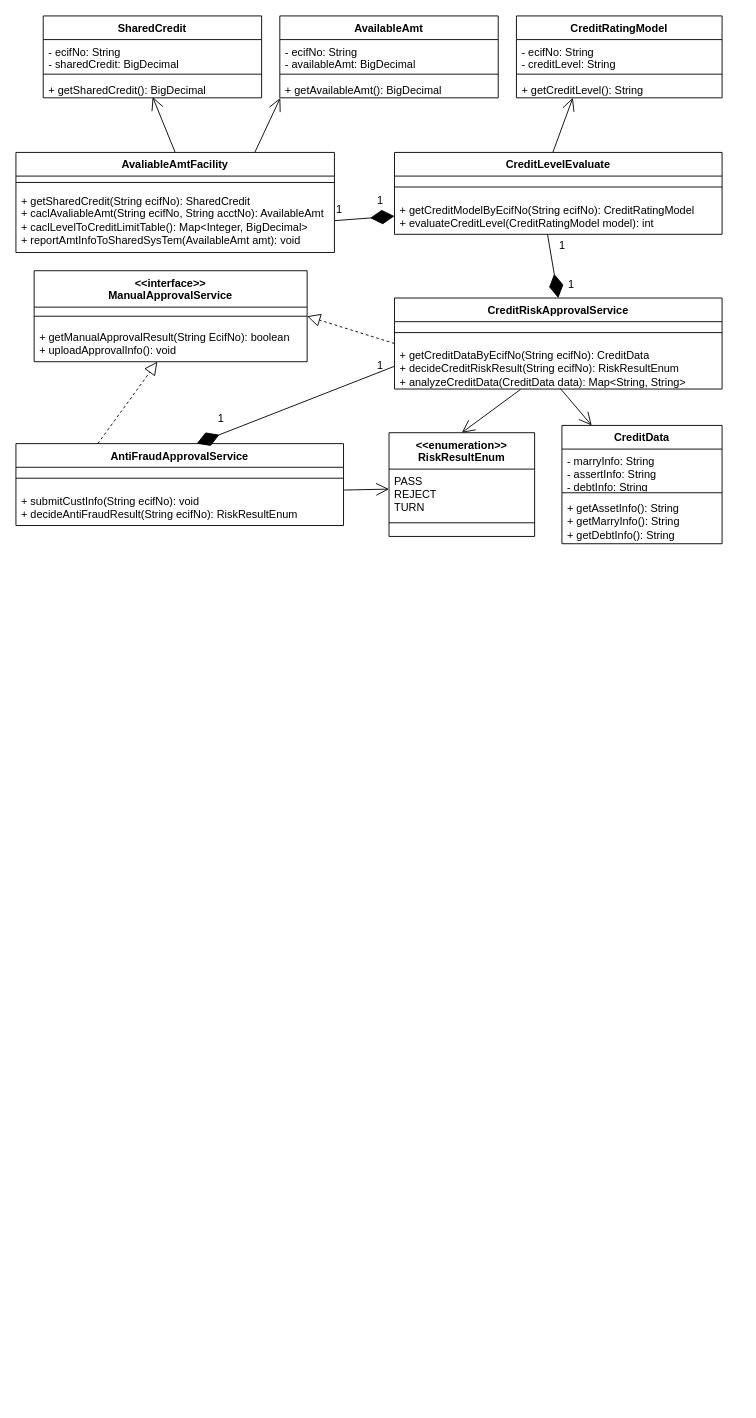
Earlier version of the draw.io diagram 授信额度审批-.drawio (wuxiao-web/graduationThesis). Source tidied: cells renumbered, new cells numbered last; positions are measured from the earlier drawing's top-left corner, leaving out a move shared by most shapes. Both pictures are drawn from the tidied source at 91%, with x=0, y=0 at pixel (15, 15).
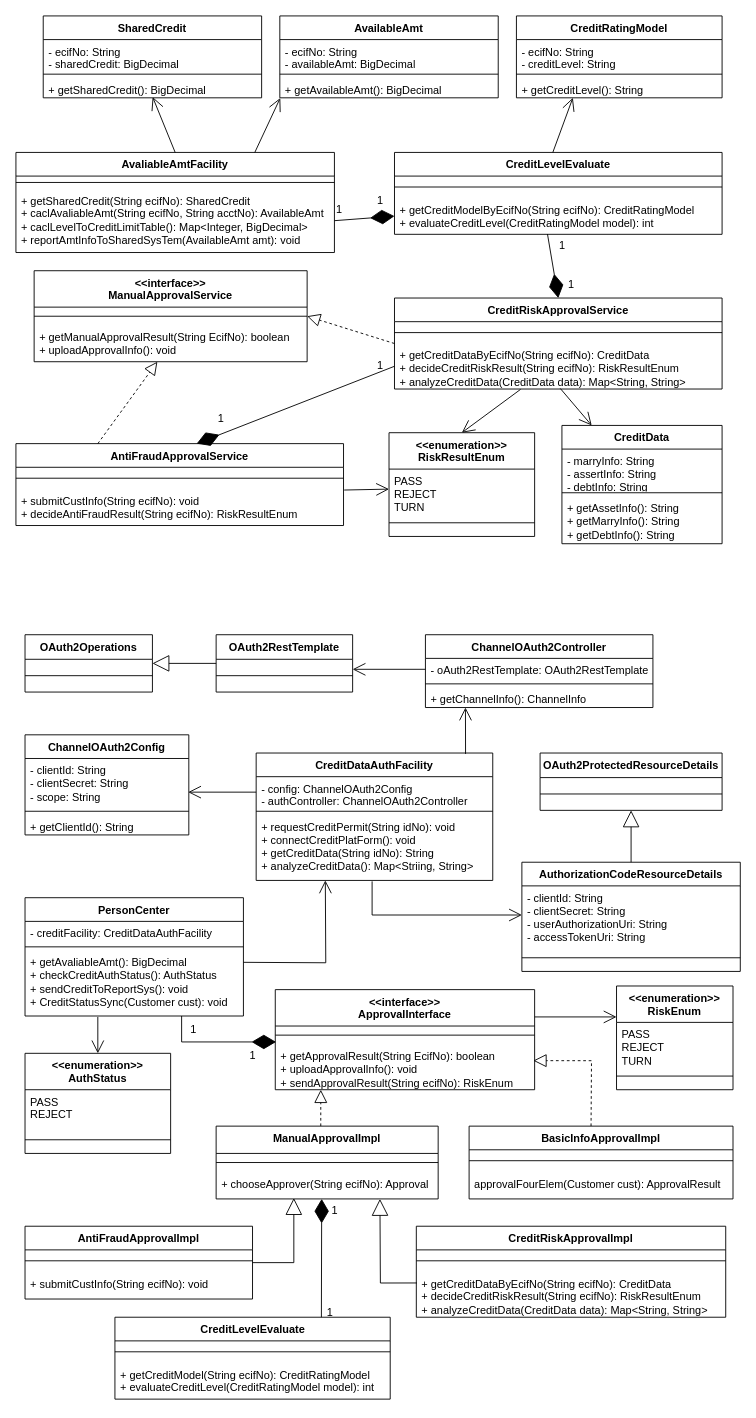
The same page after the edit.

Commit message (it also covers changes not shown here):
更新授信额度审批-.drawio

Diff of the diagram source:
```diff
@@
+    <mxCell id="53" value="OAuth2Operations" style="swimlane;fontStyle=1;align=center;verticalAlign=top;horizontal=1;startSize=27;whiteSpace=wrap;html=1;" parent="1" vertex="1">
+      <mxGeometry x="10" y="680" width="140" height="63" as="geometry" />
+    </mxCell>
+    <mxCell id="54" style="line;strokeWidth=1;fillColor=none;align=left;verticalAlign=middle;spacingTop=-1;spacingLeft=3;spacingRight=3;labelPosition=right;strokeColor=inherit;" parent="53" vertex="1">
+      <mxGeometry y="27" width="140" height="36" as="geometry" />
+    </mxCell>
+    <mxCell id="55" value="OAuth2RestTemplate" style="swimlane;fontStyle=1;align=center;verticalAlign=top;horizontal=1;startSize=27;whiteSpace=wrap;html=1;" parent="1" vertex="1">
+      <mxGeometry x="220" y="680" width="150" height="63" as="geometry" />
+    </mxCell>
+    <mxCell id="56" style="line;strokeWidth=1;fillColor=none;align=left;verticalAlign=middle;spacingTop=-1;spacingLeft=3;spacingRight=3;labelPosition=right;strokeColor=inherit;" parent="55" vertex="1">
+      <mxGeometry y="27" width="150" height="36" as="geometry" />
+    </mxCell>
+    <mxCell id="57" style="endArrow=block;endSize=16;endFill=0;html=1;rounded=0;entryX=1;entryY=0.5;entryDx=0;entryDy=0;exitX=0;exitY=0.5;exitDx=0;exitDy=0;" parent="1" edge="1" source="55" target="53">
+      <mxGeometry relative="1" as="geometry" />
+    </mxCell>
+    <mxCell id="58" value="ChannelOAuth2Controller" style="swimlane;fontStyle=1;align=center;verticalAlign=top;horizontal=1;startSize=26;whiteSpace=wrap;html=1;" parent="1" vertex="1">
+      <mxGeometry x="450" y="680" width="250" height="80" as="geometry" />
+    </mxCell>
+    <mxCell id="59" value="- oAuth2RestTemplate:&amp;nbsp;OAuth2RestTemplate" style="text;strokeColor=none;fillColor=none;align=left;verticalAlign=top;spacingLeft=4;spacingRight=4;overflow=hidden;points=[[0,0.5],[1,0.5]];portConstraint=eastwest;whiteSpace=wrap;html=1;" parent="58" vertex="1">
+      <mxGeometry y="26" width="250" height="24" as="geometry" />
+    </mxCell>
+    <mxCell id="60" style="line;strokeWidth=1;fillColor=none;align=left;verticalAlign=middle;spacingTop=-1;spacingLeft=3;spacingRight=3;labelPosition=right;strokeColor=inherit;" parent="58" vertex="1">
+      <mxGeometry y="50" width="250" height="8" as="geometry" />
+    </mxCell>
+    <mxCell id="61" value="+ getChannelInfo(): ChannelInfo" style="text;strokeColor=none;fillColor=none;align=left;verticalAlign=top;spacingLeft=4;spacingRight=4;overflow=hidden;whiteSpace=wrap;html=1;" parent="58" vertex="1">
+      <mxGeometry y="58" width="250" height="22" as="geometry" />
+    </mxCell>
+    <mxCell id="62" style="endArrow=open;endFill=1;endSize=12;html=1;rounded=0;exitX=0;exitY=0.5;exitDx=0;exitDy=0;" parent="1" edge="1" source="59">
+      <mxGeometry relative="1" as="geometry">
+        <mxPoint x="370" y="718" as="targetPoint" />
+      </mxGeometry>
+    </mxCell>
+    <mxCell id="63" value="ChannelOAuth2Config" style="swimlane;fontStyle=1;align=center;verticalAlign=top;horizontal=1;startSize=26;whiteSpace=wrap;html=1;" parent="1" vertex="1">
+      <mxGeometry x="10" y="790" width="180" height="110" as="geometry" />
+    </mxCell>
+    <mxCell id="64" value="- clientId:&amp;nbsp;String&lt;br&gt;- clientSecret: String&lt;br&gt;- scope: String" style="text;strokeColor=none;fillColor=none;align=left;verticalAlign=top;spacingLeft=4;spacingRight=4;overflow=hidden;points=[[0,0.5],[1,0.5]];portConstraint=eastwest;whiteSpace=wrap;html=1;" parent="63" vertex="1">
+      <mxGeometry y="26" width="180" height="54" as="geometry" />
+    </mxCell>
+    <mxCell id="65" style="line;strokeWidth=1;fillColor=none;align=left;verticalAlign=middle;spacingTop=-1;spacingLeft=3;spacingRight=3;labelPosition=right;strokeColor=inherit;" parent="63" vertex="1">
+      <mxGeometry y="80" width="180" height="8" as="geometry" />
+    </mxCell>
+    <mxCell id="66" value="+ getClientId(): String" style="text;strokeColor=none;fillColor=none;align=left;verticalAlign=top;spacingLeft=4;spacingRight=4;overflow=hidden;whiteSpace=wrap;html=1;" parent="63" vertex="1">
+      <mxGeometry y="88" width="180" height="22" as="geometry" />
+    </mxCell>
+    <mxCell id="67" value="CreditDataAuthFacility" style="swimlane;fontStyle=1;align=center;verticalAlign=top;horizontal=1;startSize=26;whiteSpace=wrap;html=1;" parent="1" vertex="1">
+      <mxGeometry x="264" y="810" width="260" height="140" as="geometry" />
+    </mxCell>
+    <mxCell id="68" value="- config:&amp;nbsp;ChannelOAuth2Config&lt;br&gt;- authController:&amp;nbsp;ChannelOAuth2Controller" style="text;strokeColor=none;fillColor=none;align=left;verticalAlign=top;spacingLeft=4;spacingRight=4;overflow=hidden;points=[[0,0.5],[1,0.5]];portConstraint=eastwest;whiteSpace=wrap;html=1;" parent="67" vertex="1">
+      <mxGeometry y="26" width="260" height="34" as="geometry" />
+    </mxCell>
+    <mxCell id="69" style="line;strokeWidth=1;fillColor=none;align=left;verticalAlign=middle;spacingTop=-1;spacingLeft=3;spacingRight=3;labelPosition=right;strokeColor=inherit;" parent="67" vertex="1">
+      <mxGeometry y="60" width="260" height="8" as="geometry" />
+    </mxCell>
+    <mxCell id="70" value="+ requestCreditPermit(String idNo): void&lt;br&gt;+ connectCreditPlatForm(): void&lt;br&gt;+ getCreditData(String idNo): String&lt;br&gt;+&amp;nbsp;analyzeCreditData(): Map&amp;lt;Striing, String&amp;gt;" style="text;strokeColor=none;fillColor=none;align=left;verticalAlign=top;spacingLeft=4;spacingRight=4;overflow=hidden;points=[[0,0.5],[1,0.5]];portConstraint=eastwest;whiteSpace=wrap;html=1;" parent="67" vertex="1">
+      <mxGeometry y="68" width="260" height="72" as="geometry" />
+    </mxCell>
+    <mxCell id="71" style="endArrow=open;endFill=1;endSize=12;html=1;rounded=0;exitX=0.885;exitY=0.007;exitDx=0;exitDy=0;exitPerimeter=0;" parent="1" edge="1" source="67">
+      <mxGeometry relative="1" as="geometry">
+        <mxPoint x="494" y="760" as="targetPoint" />
+      </mxGeometry>
+    </mxCell>
+    <mxCell id="72" style="endArrow=open;endFill=1;endSize=12;html=1;rounded=0;exitX=0;exitY=0.5;exitDx=0;exitDy=0;entryX=0.996;entryY=0.685;entryDx=0;entryDy=0;entryPerimeter=0;" parent="1" edge="1" source="68" target="64">
+      <mxGeometry relative="1" as="geometry" />
+    </mxCell>
+    <mxCell id="73" value="OAuth2ProtectedResourceDetails" style="swimlane;fontStyle=1;align=center;verticalAlign=top;horizontal=1;startSize=27;whiteSpace=wrap;html=1;" parent="1" vertex="1">
+      <mxGeometry x="576" y="810" width="200" height="63" as="geometry" />
+    </mxCell>
+    <mxCell id="74" style="line;strokeWidth=1;fillColor=none;align=left;verticalAlign=middle;spacingTop=-1;spacingLeft=3;spacingRight=3;labelPosition=right;strokeColor=inherit;" parent="73" vertex="1">
+      <mxGeometry y="27" width="200" height="36" as="geometry" />
+    </mxCell>
+    <mxCell id="75" value="AuthorizationCodeResourceDetails" style="swimlane;fontStyle=1;align=center;verticalAlign=top;horizontal=1;startSize=26;whiteSpace=wrap;html=1;" parent="1" vertex="1">
+      <mxGeometry x="556" y="930" width="240" height="120" as="geometry" />
+    </mxCell>
+    <mxCell id="76" value="&lt;div&gt;- clientId: String&lt;/div&gt;&lt;div&gt;- clientSecret: String&lt;/div&gt;&lt;div&gt;- userAuthorizationUri: String&lt;/div&gt;&lt;div&gt;- accessTokenUri: String&lt;/div&gt;" style="text;strokeColor=none;fillColor=none;align=left;verticalAlign=top;spacingLeft=4;spacingRight=4;overflow=hidden;points=[[0,0.5],[1,0.5]];portConstraint=eastwest;whiteSpace=wrap;html=1;" parent="75" vertex="1">
+      <mxGeometry y="26" width="240" height="64" as="geometry" />
+    </mxCell>
+    <mxCell id="77" style="line;strokeWidth=1;fillColor=none;align=left;verticalAlign=middle;spacingTop=-1;spacingLeft=3;spacingRight=3;labelPosition=right;strokeColor=inherit;" parent="75" vertex="1">
+      <mxGeometry y="90" width="240" height="30" as="geometry" />
+    </mxCell>
+    <mxCell id="78" style="endArrow=block;endSize=16;endFill=0;html=1;rounded=0;exitX=0.5;exitY=0;exitDx=0;exitDy=0;entryX=0.5;entryY=1;entryDx=0;entryDy=0;" parent="1" edge="1" source="75" target="73">
+      <mxGeometry relative="1" as="geometry" />
+    </mxCell>
+    <mxCell id="79" style="endArrow=open;endFill=1;endSize=12;html=1;rounded=0;exitX=0.49;exitY=1.014;exitDx=0;exitDy=0;exitPerimeter=0;entryX=0;entryY=0.5;entryDx=0;entryDy=0;edgeStyle=orthogonalEdgeStyle;" parent="1" edge="1" source="70" target="76">
+      <mxGeometry relative="1" as="geometry" />
+    </mxCell>
+    <mxCell id="80" value="PersonCenter" style="swimlane;fontStyle=1;align=center;verticalAlign=top;horizontal=1;startSize=26;whiteSpace=wrap;html=1;" parent="1" vertex="1">
+      <mxGeometry x="10" y="969" width="240" height="130" as="geometry" />
+    </mxCell>
+    <mxCell id="81" value="- creditFacility:&amp;nbsp;CreditDataAuthFacility&lt;br&gt;&amp;nbsp;" style="text;strokeColor=none;fillColor=none;align=left;verticalAlign=top;spacingLeft=4;spacingRight=4;overflow=hidden;whiteSpace=wrap;html=1;" parent="80" vertex="1">
+      <mxGeometry y="26" width="240" height="24" as="geometry" />
+    </mxCell>
+    <mxCell id="82" style="line;strokeWidth=1;fillColor=none;align=left;verticalAlign=middle;spacingTop=-1;spacingLeft=3;spacingRight=3;labelPosition=right;strokeColor=inherit;" parent="80" vertex="1">
+      <mxGeometry y="50" width="240" height="8" as="geometry" />
+    </mxCell>
+    <mxCell id="83" value="+ getAvaliableAmt(): BigDecimal&lt;br&gt;+&amp;nbsp;checkCreditAuthStatus(): AuthStatus&lt;br&gt;+&amp;nbsp;sendCreditToReportSys(): void&lt;br&gt;+&amp;nbsp;CreditStatusSync(Customer cust): void" style="text;strokeColor=none;fillColor=none;align=left;verticalAlign=top;spacingLeft=4;spacingRight=4;overflow=hidden;points=[[0,0.5],[1,0.5]];portConstraint=eastwest;whiteSpace=wrap;html=1;" parent="80" vertex="1">
+      <mxGeometry y="58" width="240" height="72" as="geometry" />
+    </mxCell>
+    <mxCell id="84" style="endArrow=open;endFill=1;endSize=12;html=1;rounded=0;edgeStyle=orthogonalEdgeStyle;" parent="1" edge="1">
+      <mxGeometry relative="1" as="geometry">
+        <mxPoint x="250" y="1040" as="sourcePoint" />
+        <mxPoint x="340" y="950" as="targetPoint" />
+      </mxGeometry>
+    </mxCell>
+    <mxCell id="85" value="&lt;b style=&quot;border-color: var(--border-color);&quot;&gt;&amp;lt;&amp;lt;enumeration&amp;gt;&amp;gt;&lt;br style=&quot;border-color: var(--border-color);&quot;&gt;AuthStatus&lt;/b&gt;" style="swimlane;fontStyle=1;align=center;verticalAlign=top;horizontal=1;startSize=40;whiteSpace=wrap;html=1;" parent="1" vertex="1">
+      <mxGeometry x="10" y="1140" width="160" height="110" as="geometry" />
+    </mxCell>
+    <mxCell id="86" value="PASS&lt;br&gt;REJECT&lt;br&gt;" style="text;strokeColor=none;fillColor=none;align=left;verticalAlign=top;spacingLeft=4;spacingRight=4;overflow=hidden;whiteSpace=wrap;html=1;" parent="85" vertex="1">
+      <mxGeometry y="40" width="160" height="40" as="geometry" />
+    </mxCell>
+    <mxCell id="87" style="line;strokeWidth=1;fillColor=none;align=left;verticalAlign=middle;spacingTop=-1;spacingLeft=3;spacingRight=3;labelPosition=right;strokeColor=inherit;" parent="85" vertex="1">
+      <mxGeometry y="80" width="160" height="30" as="geometry" />
+    </mxCell>
+    <mxCell id="88" style="endArrow=open;endFill=1;endSize=12;html=1;rounded=0;entryX=0.5;entryY=0;entryDx=0;entryDy=0;" parent="1" edge="1" target="85">
+      <mxGeometry relative="1" as="geometry">
+        <mxPoint x="90" y="1100" as="sourcePoint" />
+      </mxGeometry>
+    </mxCell>
+    <mxCell id="89" value="&amp;lt;&amp;lt;interface&amp;gt;&amp;gt;&lt;br&gt;ApprovalInterface" style="swimlane;fontStyle=1;align=center;verticalAlign=top;horizontal=1;startSize=40;whiteSpace=wrap;html=1;" parent="1" vertex="1">
+      <mxGeometry x="285" y="1070" width="285" height="110" as="geometry" />
+    </mxCell>
+    <mxCell id="90" style="endArrow=open;endFill=1;endSize=12;html=1;rounded=0;" parent="89" edge="1">
+      <mxGeometry relative="1" as="geometry">
+        <mxPoint x="285" y="30" as="sourcePoint" />
+        <mxPoint x="375" y="30" as="targetPoint" />
+      </mxGeometry>
+    </mxCell>
+    <mxCell id="91" style="line;strokeWidth=1;fillColor=none;align=left;verticalAlign=middle;spacingTop=-1;spacingLeft=3;spacingRight=3;labelPosition=right;strokeColor=inherit;" parent="89" vertex="1">
+      <mxGeometry y="40" width="285" height="20" as="geometry" />
+    </mxCell>
+    <mxCell id="92" value="+ getApprovalResult(String EcifNo): boolean&lt;br&gt;+ uploadApprovalInfo(): void&lt;br&gt;+ sendApprovalResult(String ecifNo): RiskEnum" style="text;strokeColor=none;fillColor=none;align=left;verticalAlign=top;spacingLeft=4;spacingRight=4;overflow=hidden;points=[[0,0.5],[1,0.5]];portConstraint=eastwest;whiteSpace=wrap;html=1;" parent="89" vertex="1">
+      <mxGeometry y="60" width="285" height="50" as="geometry" />
+    </mxCell>
+    <mxCell id="93" style="endArrow=diamondThin;endFill=1;endSize=24;html=1;rounded=0;exitX=0.717;exitY=1;exitDx=0;exitDy=0;exitPerimeter=0;entryX=0.003;entryY=-0.05;entryDx=0;entryDy=0;entryPerimeter=0;edgeStyle=orthogonalEdgeStyle;" parent="1" edge="1" source="83" target="92">
+      <mxGeometry relative="1" as="geometry" />
+    </mxCell>
+    <mxCell id="94" value="1" style="text;html=1;align=center;verticalAlign=middle;strokeColor=none;fillColor=none;" parent="1" vertex="1">
+      <mxGeometry x="180" y="1099" width="30" height="30" as="geometry" />
+    </mxCell>
+    <mxCell id="95" value="1" style="text;html=1;align=center;verticalAlign=middle;strokeColor=none;fillColor=none;" parent="1" vertex="1">
+      <mxGeometry x="245" y="1128" width="30" height="30" as="geometry" />
+    </mxCell>
+    <mxCell id="96" style="endArrow=block;dashed=1;endFill=0;endSize=12;html=1;rounded=0;exitX=0.5;exitY=0;exitDx=0;exitDy=0;" parent="1" edge="1">
+      <mxGeometry relative="1" as="geometry">
+        <mxPoint x="335" y="1220" as="sourcePoint" />
+        <mxPoint x="335" y="1180" as="targetPoint" />
+      </mxGeometry>
+    </mxCell>
+    <mxCell id="97" style="endArrow=block;dashed=1;endFill=0;endSize=12;html=1;rounded=0;exitX=0.5;exitY=0;exitDx=0;exitDy=0;entryX=0.995;entryY=0.361;entryDx=0;entryDy=0;entryPerimeter=0;edgeStyle=orthogonalEdgeStyle;" parent="1" edge="1" target="92">
+      <mxGeometry relative="1" as="geometry">
+        <mxPoint x="632" y="1220" as="sourcePoint" />
+      </mxGeometry>
+    </mxCell>
+    <mxCell id="98" value="&lt;b style=&quot;border-color: var(--border-color);&quot;&gt;&amp;lt;&amp;lt;enumeration&amp;gt;&amp;gt;&lt;br style=&quot;border-color: var(--border-color);&quot;&gt;RiskEnum&lt;/b&gt;" style="swimlane;fontStyle=1;align=center;verticalAlign=top;horizontal=1;startSize=40;whiteSpace=wrap;html=1;" parent="1" vertex="1">
+      <mxGeometry x="660" y="1066" width="128" height="114" as="geometry" />
+    </mxCell>
+    <mxCell id="99" value="PASS&lt;br&gt;REJECT&lt;br&gt;TURN" style="text;strokeColor=none;fillColor=none;align=left;verticalAlign=top;spacingLeft=4;spacingRight=4;overflow=hidden;whiteSpace=wrap;html=1;" parent="98" vertex="1">
+      <mxGeometry y="40" width="128" height="44" as="geometry" />
+    </mxCell>
+    <mxCell id="100" style="line;strokeWidth=1;fillColor=none;align=left;verticalAlign=middle;spacingTop=-1;spacingLeft=3;spacingRight=3;labelPosition=right;strokeColor=inherit;" parent="98" vertex="1">
+      <mxGeometry y="84" width="128" height="30" as="geometry" />
+    </mxCell>
+    <mxCell id="101" value="AntiFraudApprovalImpl" style="swimlane;fontStyle=1;align=center;verticalAlign=top;horizontal=1;startSize=26;whiteSpace=wrap;html=1;" parent="1" vertex="1">
+      <mxGeometry x="10" y="1330" width="250" height="80" as="geometry" />
+    </mxCell>
+    <mxCell id="102" style="line;strokeWidth=1;fillColor=none;align=left;verticalAlign=middle;spacingTop=-1;spacingLeft=3;spacingRight=3;labelPosition=right;strokeColor=inherit;" parent="101" vertex="1">
+      <mxGeometry y="26" width="250" height="24" as="geometry" />
+    </mxCell>
+    <mxCell id="103" value="+ submitCustInfo(String ecifNo): void&lt;br&gt;" style="text;strokeColor=none;fillColor=none;align=left;verticalAlign=top;spacingLeft=4;spacingRight=4;overflow=hidden;whiteSpace=wrap;html=1;" parent="101" vertex="1">
+      <mxGeometry y="50" width="250" height="30" as="geometry" />
+    </mxCell>
+    <mxCell id="104" value="CreditRiskApprovalImpl" style="swimlane;fontStyle=1;align=center;verticalAlign=top;horizontal=1;startSize=26;whiteSpace=wrap;html=1;" parent="1" vertex="1">
+      <mxGeometry x="440" y="1330" width="340" height="100" as="geometry" />
+    </mxCell>
+    <mxCell id="105" style="line;strokeWidth=1;fillColor=none;align=left;verticalAlign=middle;spacingTop=-1;spacingLeft=3;spacingRight=3;labelPosition=right;strokeColor=inherit;" parent="104" vertex="1">
+      <mxGeometry y="26" width="340" height="24" as="geometry" />
+    </mxCell>
+    <mxCell id="106" value="+ getCreditDataByEcifNo(String ecifNo): CreditData&lt;br style=&quot;border-color: var(--border-color);&quot;&gt;+ decideCreditRiskResult(String ecifNo): RiskResultEnum&lt;br style=&quot;border-color: var(--border-color);&quot;&gt;+ analyzeCreditData(CreditData data): Map&amp;lt;String, String&amp;gt;" style="text;strokeColor=none;fillColor=none;align=left;verticalAlign=top;spacingLeft=4;spacingRight=4;overflow=hidden;points=[[0,0.5],[1,0.5]];portConstraint=eastwest;whiteSpace=wrap;html=1;" parent="104" vertex="1">
+      <mxGeometry y="50" width="340" height="50" as="geometry" />
+    </mxCell>
+    <mxCell id="107" style="endArrow=block;endSize=16;endFill=0;html=1;rounded=0;edgeStyle=orthogonalEdgeStyle;exitX=1;exitY=0.5;exitDx=0;exitDy=0;entryX=0.35;entryY=0.967;entryDx=0;entryDy=0;entryPerimeter=0;" parent="1" edge="1" source="101" target="110">
+      <mxGeometry relative="1" as="geometry" />
+    </mxCell>
+    <mxCell id="108" value="ManualApprovalImpl" style="swimlane;fontStyle=1;align=center;verticalAlign=top;horizontal=1;startSize=30;whiteSpace=wrap;html=1;" parent="1" vertex="1">
+      <mxGeometry x="220" y="1220" width="244" height="80" as="geometry" />
+    </mxCell>
+    <mxCell id="109" style="line;strokeWidth=1;fillColor=none;align=left;verticalAlign=middle;spacingTop=-1;spacingLeft=3;spacingRight=3;labelPosition=right;strokeColor=inherit;" parent="108" vertex="1">
+      <mxGeometry y="30" width="244" height="20" as="geometry" />
+    </mxCell>
+    <mxCell id="110" value="+ chooseApprover(String ecifNo): Approval" style="text;strokeColor=none;fillColor=none;align=left;verticalAlign=top;spacingLeft=4;spacingRight=4;overflow=hidden;points=[[0,0.5],[1,0.5]];portConstraint=eastwest;whiteSpace=wrap;html=1;" parent="108" vertex="1">
+      <mxGeometry y="50" width="244" height="30" as="geometry" />
+    </mxCell>
+    <mxCell id="111" value="BasicInfoApprovalImpl" style="swimlane;fontStyle=1;align=center;verticalAlign=top;horizontal=1;startSize=26;whiteSpace=wrap;html=1;" parent="1" vertex="1">
+      <mxGeometry x="498" y="1220" width="290" height="80" as="geometry" />
+    </mxCell>
+    <mxCell id="112" style="line;strokeWidth=1;fillColor=none;align=left;verticalAlign=middle;spacingTop=-1;spacingLeft=3;spacingRight=3;labelPosition=right;strokeColor=inherit;" parent="111" vertex="1">
+      <mxGeometry y="26" width="290" height="24" as="geometry" />
+    </mxCell>
+    <mxCell id="113" value="approvalFourElem(Customer cust): ApprovalResult" style="text;strokeColor=none;fillColor=none;align=left;verticalAlign=top;spacingLeft=4;spacingRight=4;overflow=hidden;whiteSpace=wrap;html=1;" parent="111" vertex="1">
+      <mxGeometry y="50" width="290" height="30" as="geometry" />
+    </mxCell>
+    <mxCell id="114" style="endArrow=block;endSize=16;endFill=0;html=1;rounded=0;exitX=0.002;exitY=0.247;exitDx=0;exitDy=0;exitPerimeter=0;edgeStyle=orthogonalEdgeStyle;" parent="1" edge="1" source="106">
+      <mxGeometry relative="1" as="geometry">
+        <mxPoint x="400" y="1300" as="targetPoint" />
+      </mxGeometry>
+    </mxCell>
+    <mxCell id="115" value="CreditLevelEvaluate" style="swimlane;fontStyle=1;align=center;verticalAlign=top;horizontal=1;startSize=26;whiteSpace=wrap;html=1;" parent="1" vertex="1">
+      <mxGeometry x="108.8" y="1430" width="302.5" height="90" as="geometry" />
+    </mxCell>
+    <mxCell id="116" style="line;strokeWidth=1;fillColor=none;align=left;verticalAlign=middle;spacingTop=-1;spacingLeft=3;spacingRight=3;labelPosition=right;strokeColor=inherit;" parent="115" vertex="1">
+      <mxGeometry y="26" width="302.5" height="24" as="geometry" />
+    </mxCell>
+    <mxCell id="117" value="+ getCreditModel(String ecifNo): CreditRatingModel&lt;br style=&quot;border-color: var(--border-color);&quot;&gt;+ evaluateCreditLevel(CreditRatingModel model): int" style="text;strokeColor=none;fillColor=none;align=left;verticalAlign=top;spacingLeft=4;spacingRight=4;overflow=hidden;whiteSpace=wrap;html=1;" parent="115" vertex="1">
+      <mxGeometry y="50" width="302.5" height="40" as="geometry" />
+    </mxCell>
+    <mxCell id="118" style="endArrow=diamondThin;endFill=1;endSize=24;html=1;rounded=0;exitX=0.75;exitY=0;exitDx=0;exitDy=0;" parent="1" edge="1" source="115">
+      <mxGeometry relative="1" as="geometry">
+        <mxPoint x="336" y="1300" as="targetPoint" />
+      </mxGeometry>
+    </mxCell>
+    <mxCell id="119" value="1" style="text;html=1;align=center;verticalAlign=middle;strokeColor=none;fillColor=none;" parent="1" vertex="1">
+      <mxGeometry x="330" y="1410" width="30" height="30" as="geometry" />
+    </mxCell>
+    <mxCell id="120" value="1" style="text;html=1;align=center;verticalAlign=middle;strokeColor=none;fillColor=none;" parent="1" vertex="1">
+      <mxGeometry x="335" y="1298" width="30" height="30" as="geometry" />
+    </mxCell>
```
